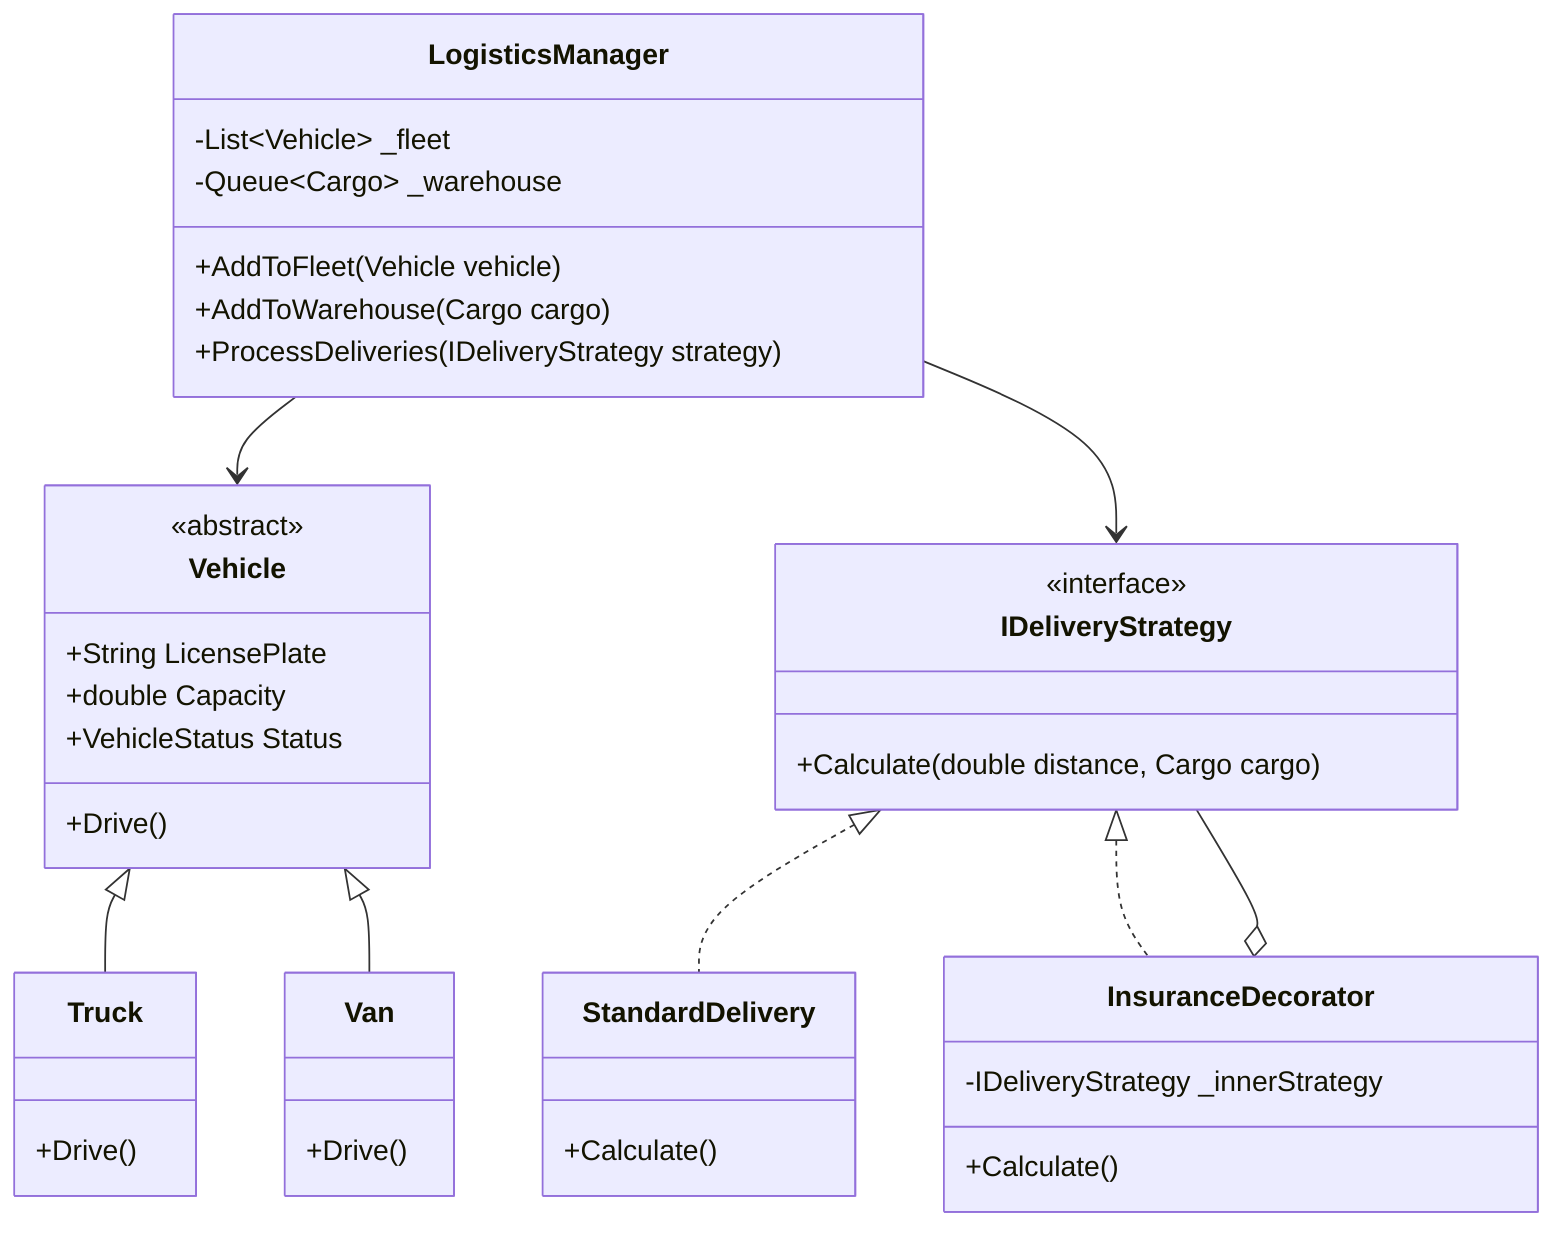
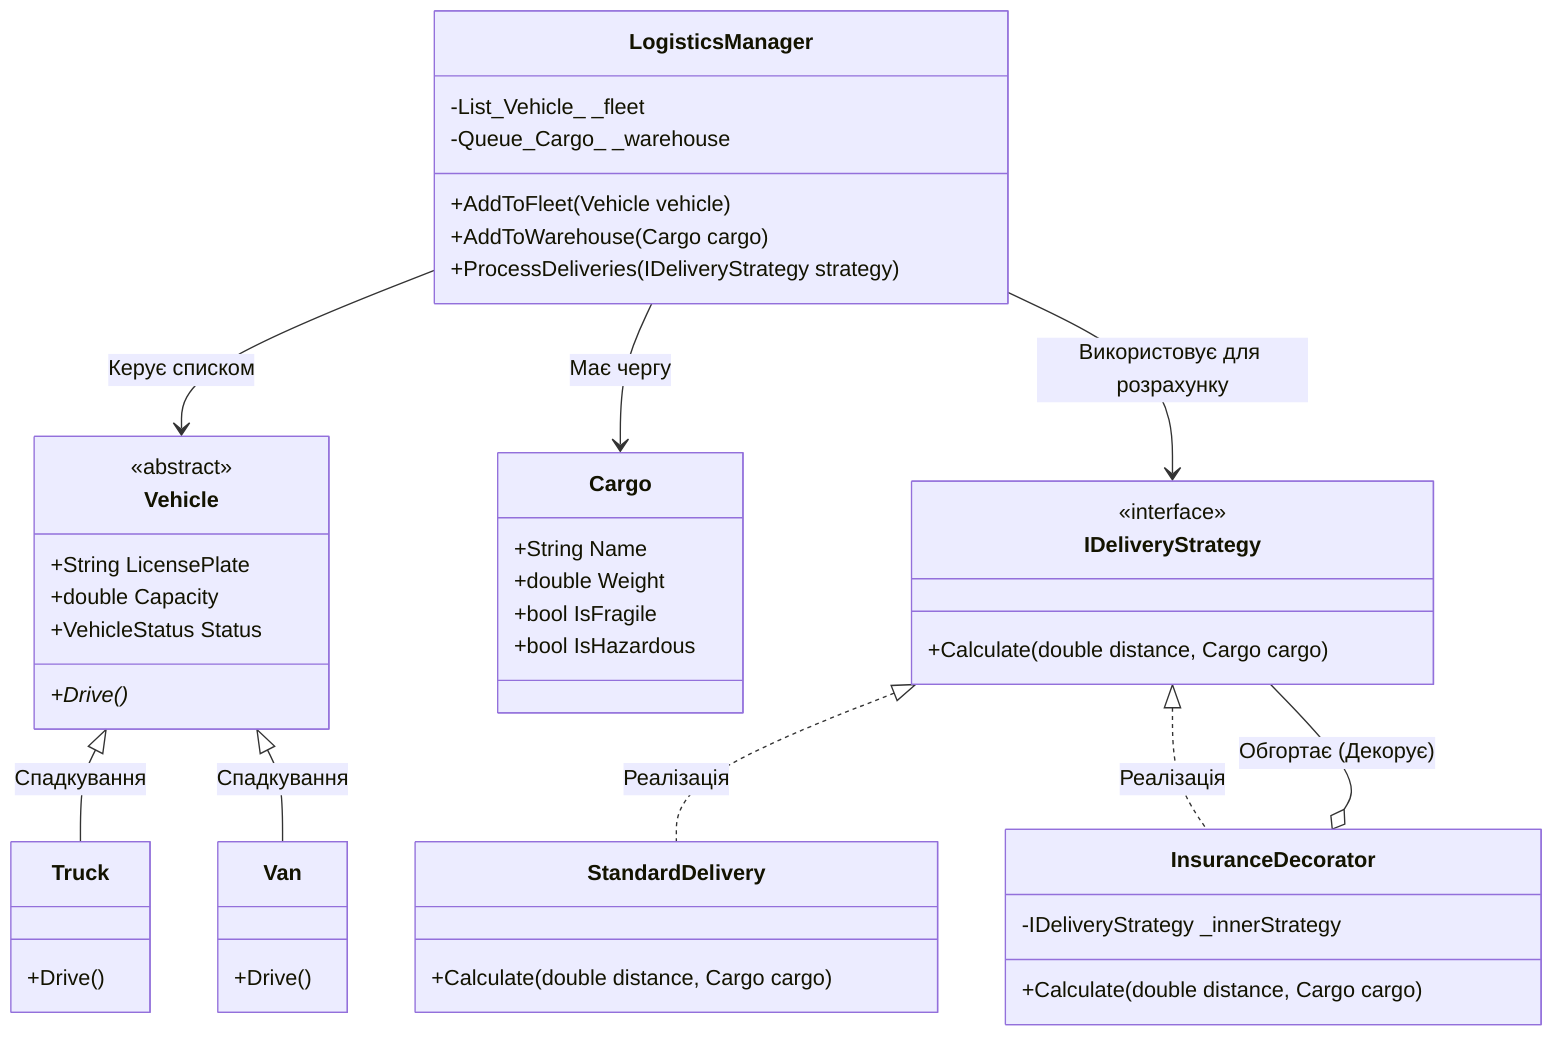
classDiagram
    class LogisticsManager {
-         -List~Vehicle~ _fleet
-         -Queue~Cargo~ _warehouse
+         -List_Vehicle_ _fleet
+         -Queue_Cargo_ _warehouse
        +AddToFleet(Vehicle vehicle)
        +AddToWarehouse(Cargo cargo)
        +ProcessDeliveries(IDeliveryStrategy strategy)
    }
+ 
    class Vehicle {
        <<abstract>>
        +String LicensePlate
        +double Capacity
        +VehicleStatus Status
-         +Drive()
+         +Drive()*
    }
+ 
    class Truck {
        +Drive()
    }
+ 
    class Van {
        +Drive()
    }
+ 
+     class Cargo {
+         +String Name
+         +double Weight
+         +bool IsFragile
+         +bool IsHazardous
+     }
+ 
    class IDeliveryStrategy {
        <<interface>>
        +Calculate(double distance, Cargo cargo)
    }
+ 
    class StandardDelivery {
-         +Calculate()
+         +Calculate(double distance, Cargo cargo)
    }
+ 
    class InsuranceDecorator {
        -IDeliveryStrategy _innerStrategy
-         +Calculate()
+         +Calculate(double distance, Cargo cargo)
    }
-     Vehicle <|-- Truck
-     Vehicle <|-- Van
-     IDeliveryStrategy <|.. StandardDelivery
-     IDeliveryStrategy <|.. InsuranceDecorator
-     LogisticsManager --> Vehicle
-     LogisticsManager --> IDeliveryStrategy
-     InsuranceDecorator o-- IDeliveryStrategy
+ 
+     Vehicle <|-- Truck : Спадкування
+     Vehicle <|-- Van : Спадкування
+     IDeliveryStrategy <|.. StandardDelivery : Реалізація
+     IDeliveryStrategy <|.. InsuranceDecorator : Реалізація
+     LogisticsManager --> Vehicle : Керує списком
+     LogisticsManager --> Cargo : Має чергу
+     LogisticsManager --> IDeliveryStrategy : Використовує для розрахунку
+     InsuranceDecorator o-- IDeliveryStrategy : Обгортає (Декорує)
